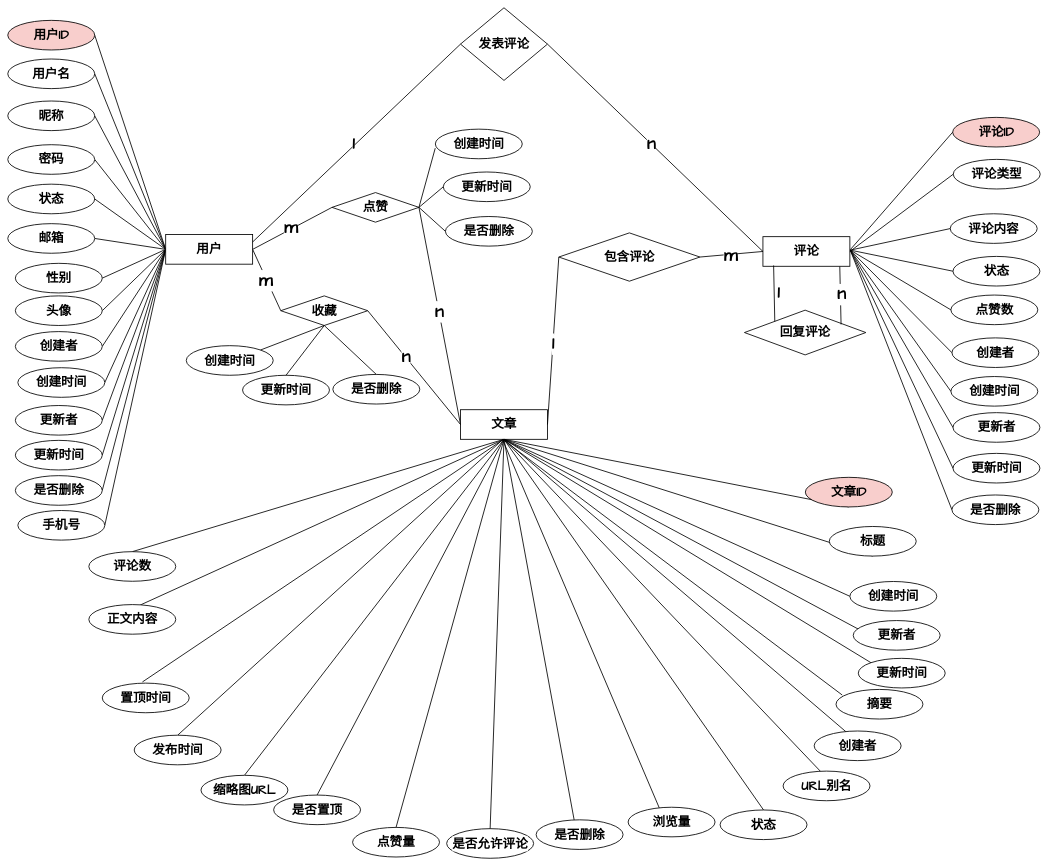
The draw.io diagram graph/社交互动模块ER图.drawio in zhangbird050801/bird-blog, before the edit. Source tidied: cells renumbered, new cells numbered last; positions are measured from the earlier drawing's top-left corner, leaving out a move shared by most shapes. Both pictures are drawn from the tidied source at 42%, with x=0, y=0 at pixel (8, 8).
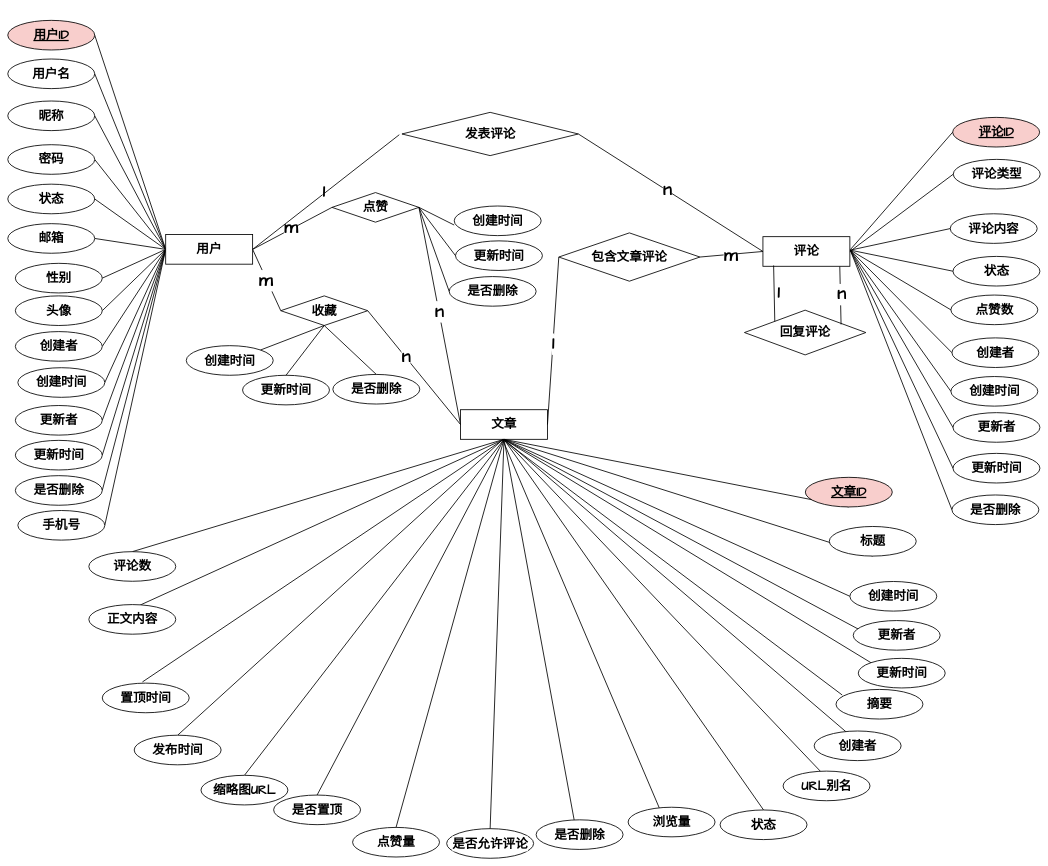
After the change.

Commit message (it also covers changes not shown here):
更新社交互动模块ER图.drawio

Unchanged cells that the change refers to:
```xml
<mxCell id="18" value="用户" style="rounded=0;whiteSpace=wrap;html=1;fontSize=30;fontFamily=Comic Sans MS;fontStyle=1;strokeColor=default;align=center;verticalAlign=middle;fontColor=default;labelBackgroundColor=default;strokeWidth=2;" parent="1" vertex="1">
  <mxGeometry x="376" y="540" width="207" height="70.5" as="geometry" />
</mxCell>
```

Change to the diagram source:
```diff
@@
-    <mxCell id="19" value="用户ID" style="ellipse;whiteSpace=wrap;html=1;fillColor=#f8cecc;strokeColor=default;fontSize=30;fontFamily=Comic Sans MS;fontStyle=1;rounded=0;align=center;verticalAlign=middle;fontColor=default;labelBackgroundColor=none;strokeWidth=2;" parent="1" vertex="1">
+    <mxCell id="19" value="用户ID" style="ellipse;whiteSpace=wrap;html=1;fillColor=#f8cecc;strokeColor=default;fontSize=30;fontFamily=Comic Sans MS;fontStyle=5;rounded=0;align=center;verticalAlign=middle;fontColor=default;labelBackgroundColor=none;strokeWidth=2;" parent="1" vertex="1">
       <mxGeometry y="30" width="207" height="70.5" as="geometry" />
     </mxCell>
@@
-    <mxCell id="43" value="文章ID" style="whiteSpace=wrap;html=1;shape=ellipse;perimeter=ellipsePerimeter;fontSize=30;fontFamily=Comic Sans MS;fillColor=#f8cecc;strokeColor=default;fontStyle=1;rounded=0;align=center;verticalAlign=middle;fontColor=default;labelBackgroundColor=none;strokeWidth=2;" parent="1" vertex="1">
+    <mxCell id="43" value="文章ID" style="whiteSpace=wrap;html=1;shape=ellipse;perimeter=ellipsePerimeter;fontSize=30;fontFamily=Comic Sans MS;fillColor=#f8cecc;strokeColor=default;fontStyle=5;rounded=0;align=center;verticalAlign=middle;fontColor=default;labelBackgroundColor=none;strokeWidth=2;" parent="1" vertex="1">
       <mxGeometry x="1899" y="1118" width="207" height="70.5" as="geometry" />
     </mxCell>
@@
-    <mxCell id="78" value="包含评论" style="rhombus;whiteSpace=wrap;html=1;fontSize=30;fontFamily=Comic Sans MS;fontStyle=1;rounded=0;strokeColor=default;align=center;verticalAlign=middle;fontColor=default;labelBackgroundColor=default;strokeWidth=2;" parent="1" vertex="1">
+    <mxCell id="78" value="包含文章评论" style="rhombus;whiteSpace=wrap;html=1;fontSize=30;fontFamily=Comic Sans MS;fontStyle=1;rounded=0;strokeColor=default;align=center;verticalAlign=middle;fontColor=default;labelBackgroundColor=default;strokeWidth=2;" parent="1" vertex="1">
       <mxGeometry x="1312" y="536" width="336" height="115" as="geometry" />
     </mxCell>
@@
-    <mxCell id="86" value="评论ID" style="whiteSpace=wrap;html=1;shape=ellipse;perimeter=ellipsePerimeter;fillColor=#f8cecc;strokeColor=default;fontSize=30;fontStyle=1;rounded=0;align=center;verticalAlign=middle;fontFamily=Comic Sans MS;fontColor=default;labelBackgroundColor=none;strokeWidth=2;" parent="1" vertex="1">
+    <mxCell id="86" value="评论ID" style="whiteSpace=wrap;html=1;shape=ellipse;perimeter=ellipsePerimeter;fillColor=#f8cecc;strokeColor=default;fontSize=30;fontStyle=5;rounded=0;align=center;verticalAlign=middle;fontFamily=Comic Sans MS;fontColor=default;labelBackgroundColor=none;strokeWidth=2;" parent="1" vertex="1">
       <mxGeometry x="2249.8" y="261" width="207" height="70.5" as="geometry" />
     </mxCell>
@@
     <mxCell id="105" value="发表评论" style="rhombus;whiteSpace=wrap;html=1;fontSize=30;fontFamily=Comic Sans MS;fontStyle=1;rounded=0;strokeColor=default;align=center;verticalAlign=middle;fontColor=default;labelBackgroundColor=default;strokeWidth=2;" parent="1" vertex="1">
-      <mxGeometry x="1078" width="207" height="173" as="geometry" />
+      <mxGeometry x="938.5" y="249" width="420" height="103" as="geometry" />
     </mxCell>
-    <mxCell id="106" style="rounded=0;jettySize=auto;html=1;exitX=1;exitY=0.25;exitDx=0;exitDy=0;entryX=0;entryY=0.5;entryDx=0;entryDy=0;endArrow=none;endFill=0;fontSize=30;fontFamily=Comic Sans MS;fontStyle=1;strokeColor=default;align=center;verticalAlign=middle;fontColor=default;labelBackgroundColor=default;strokeWidth=2;" parent="1" edge="1" source="18" target="105">
+    <mxCell id="106" style="rounded=0;jettySize=auto;html=1;exitX=1;exitY=0.5;exitDx=0;exitDy=0;entryX=-0.015;entryY=0.517;entryDx=0;entryDy=0;endArrow=none;endFill=0;fontSize=30;fontFamily=Comic Sans MS;fontStyle=1;strokeColor=default;align=center;verticalAlign=middle;fontColor=default;labelBackgroundColor=default;strokeWidth=2;entryPerimeter=0;" parent="1" edge="1" source="18" target="105">
       <mxGeometry relative="1" as="geometry" />
     </mxCell>
@@
     <mxCell id="113" value="创建时间" style="whiteSpace=wrap;html=1;shape=ellipse;perimeter=ellipsePerimeter;fontSize=30;fontStyle=1;rounded=0;strokeColor=default;align=center;verticalAlign=middle;fontFamily=Comic Sans MS;fontColor=default;labelBackgroundColor=default;strokeWidth=2;" parent="1" vertex="1">
-      <mxGeometry x="1018" y="289" width="207" height="70.5" as="geometry" />
+      <mxGeometry x="1063" y="472" width="207" height="70.5" as="geometry" />
     </mxCell>
     <mxCell id="114" value="更新时间" style="whiteSpace=wrap;html=1;shape=ellipse;perimeter=ellipsePerimeter;fontSize=30;fontStyle=1;rounded=0;strokeColor=default;align=center;verticalAlign=middle;fontFamily=Comic Sans MS;fontColor=default;labelBackgroundColor=default;strokeWidth=2;" parent="1" vertex="1">
-      <mxGeometry x="1037" y="391" width="207" height="70.5" as="geometry" />
+      <mxGeometry x="1066" y="555" width="207" height="70.5" as="geometry" />
     </mxCell>
     <mxCell id="115" value="是否删除" style="whiteSpace=wrap;html=1;shape=ellipse;perimeter=ellipsePerimeter;fontSize=30;fontStyle=1;rounded=0;strokeColor=default;align=center;verticalAlign=middle;fontFamily=Comic Sans MS;fontColor=default;labelBackgroundColor=default;strokeWidth=2;" parent="1" vertex="1">
-      <mxGeometry x="1042" y="497" width="207" height="70.5" as="geometry" />
+      <mxGeometry x="1051" y="640" width="207" height="70.5" as="geometry" />
     </mxCell>
```
